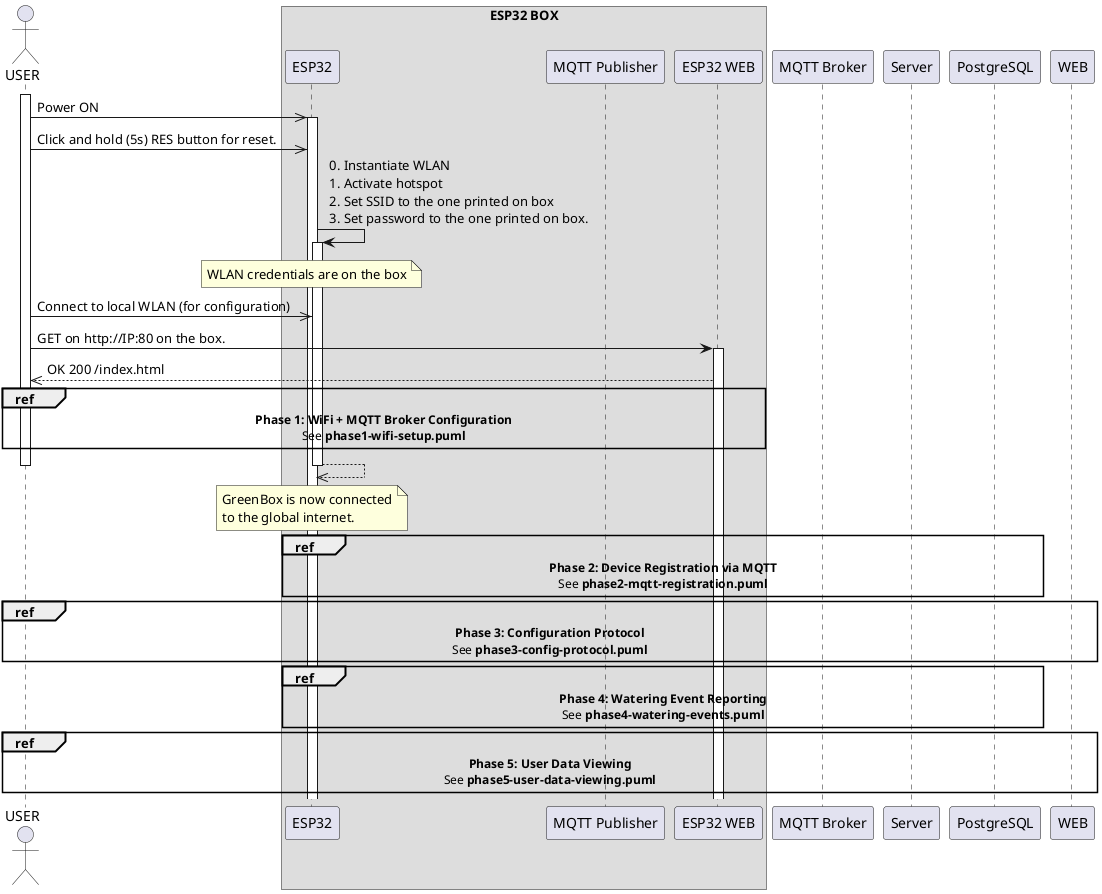
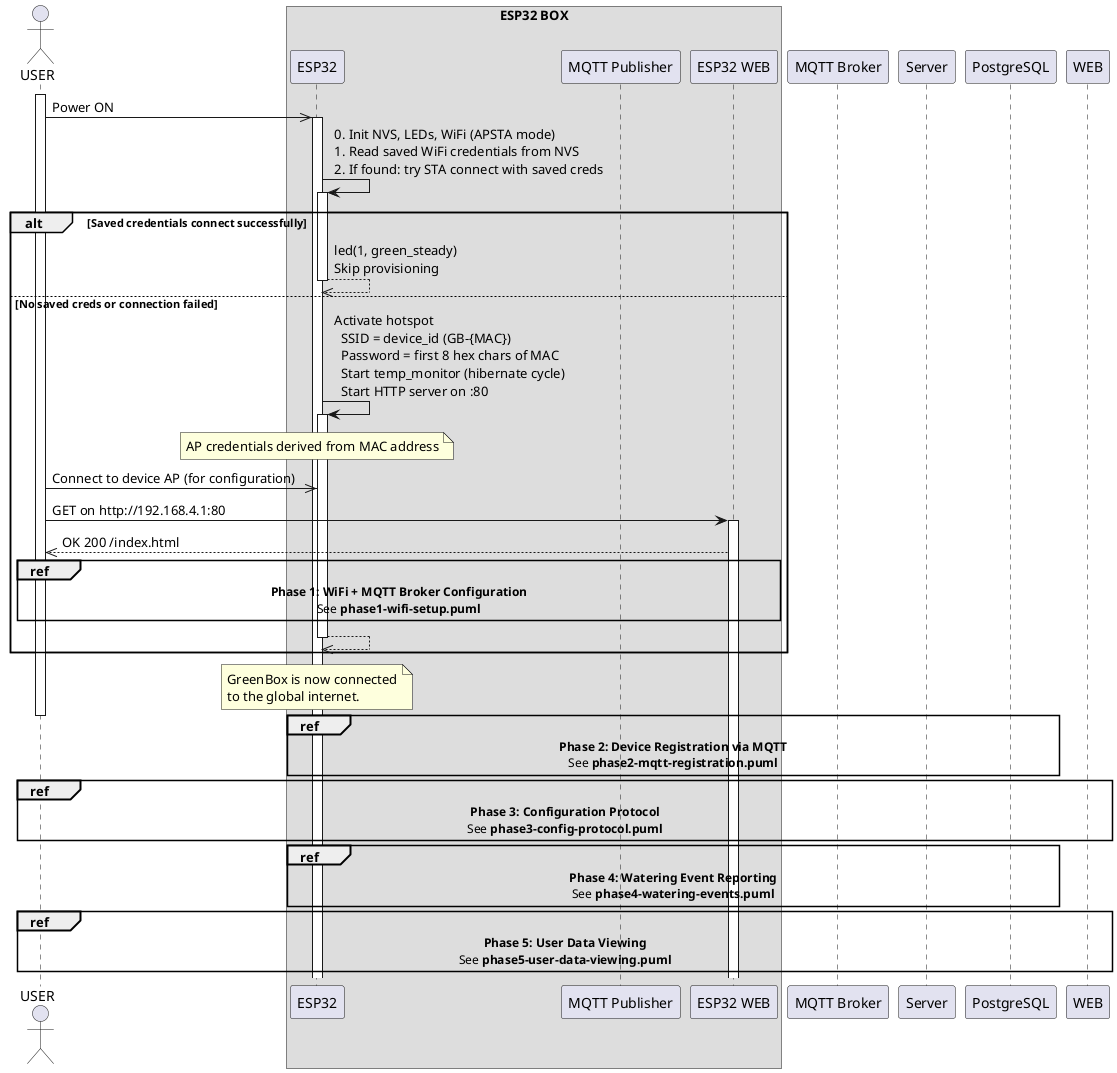
@startuml

actor USER

box "ESP32 BOX"
participant ESP32
participant "MQTT Publisher" as MQTTPUB
participant "ESP32 WEB" as ESPWEB
end box

participant "MQTT Broker" as MQTTBROKER
participant Server
participant "PostgreSQL" as DB
participant WEB

activate USER

USER ->> ESP32 ++: Power ON
- USER ->> ESP32: Click and hold (5s) RES button for reset.
- ESP32 -> ESP32 ++: 0. Instantiate WLAN\n\
- 1. Activate hotspot\n\
- 2. Set SSID to the one printed on box\n\
- 3. Set password to the one printed on box.

- note over ESP32: WLAN credentials are on the box
- USER ->> ESP32: Connect to local WLAN (for configuration)
- USER -> ESPWEB ++: GET on http://IP:80 on the box.
- ESPWEB -->> USER: OK 200 /index.html
+ ESP32 -> ESP32 ++: 0. Init NVS, LEDs, WiFi (APSTA mode)\n\
+ 1. Read saved WiFi credentials from NVS\n\
+ 2. If found: try STA connect with saved creds

- ref over USER, ESPWEB : **Phase 1: WiFi + MQTT Broker Configuration**\nSee **phase1-wifi-setup.puml**
- ESP32 -->> ESP32 --
+ alt Saved credentials connect successfully
+   ESP32 -->> ESP32 --: led(1, green_steady)\nSkip provisioning
+ else No saved creds or connection failed
+   ESP32 -> ESP32 ++: Activate hotspot\n\
+   SSID = device_id (GB-{MAC})\n\
+   Password = first 8 hex chars of MAC\n\
+   Start temp_monitor (hibernate cycle)\n\
+   Start HTTP server on :80
+   note over ESP32: AP credentials derived from MAC address
+   USER ->> ESP32: Connect to device AP (for configuration)
+   USER -> ESPWEB ++: GET on http://192.168.4.1:80
+   ESPWEB -->> USER: OK 200 /index.html
+ 
+   ref over USER, ESPWEB : **Phase 1: WiFi + MQTT Broker Configuration**\nSee **phase1-wifi-setup.puml**
+   ESP32 -->> ESP32 --
+ end

note over ESP32: GreenBox is now connected\nto the global internet.

deactivate USER

ref over ESP32, DB : **Phase 2: Device Registration via MQTT**\nSee **phase2-mqtt-registration.puml**

ref over USER, WEB : **Phase 3: Configuration Protocol**\nSee **phase3-config-protocol.puml**

ref over ESP32, DB : **Phase 4: Watering Event Reporting**\nSee **phase4-watering-events.puml**

ref over USER, WEB : **Phase 5: User Data Viewing**\nSee **phase5-user-data-viewing.puml**

@enduml
